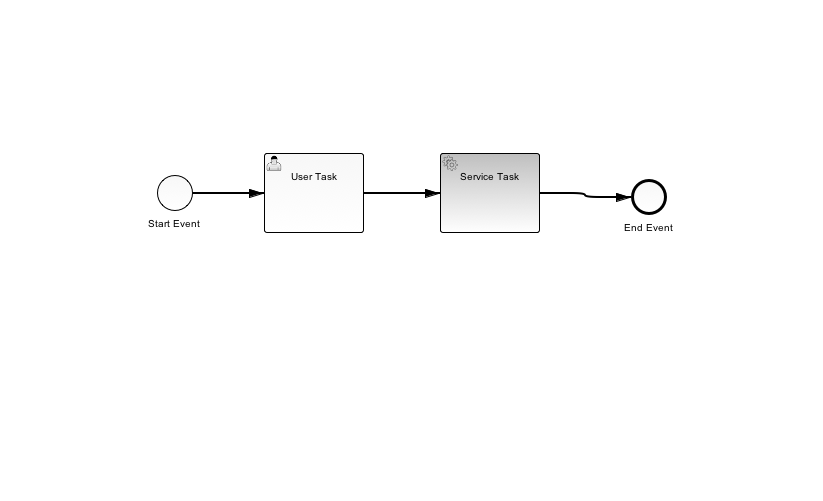
Before: src/main/resources/LoanApproval.png, a diagram exported from BPMN (raghupalakodety1/Camunda-BPM-Coffee-Example). Its source is kept beside it as src/main/resources/LoanApproval.bpmn. Ids are renumbered.
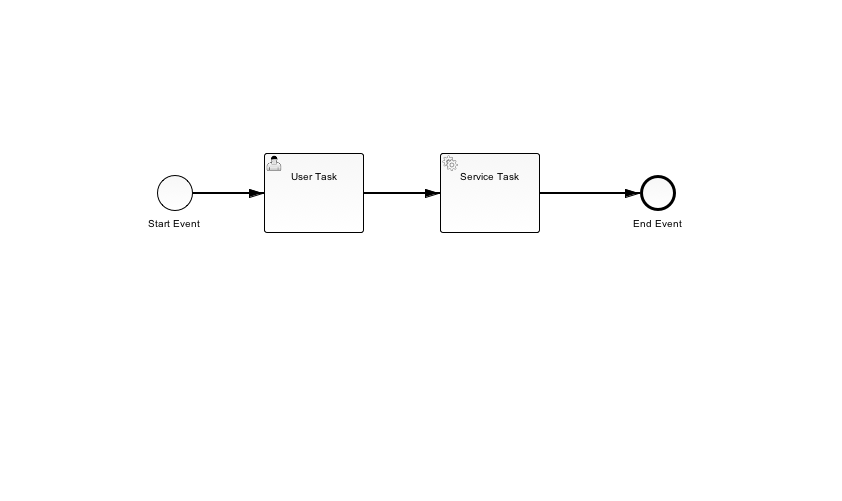
The same file after the commit.

What changed in the source:
```diff
@@ -3,9 +3,6 @@
     <bpmn2:startEvent id="StartEvent_1" activiti:formKey="embedded:app:forms/request-loan.html" name="Start Event">
       <bpmn2:outgoing>SequenceFlow_1</bpmn2:outgoing>
     </bpmn2:startEvent>
-    <bpmn2:endEvent id="EndEvent_1" name="End Event">
-      <bpmn2:incoming>SequenceFlow_3</bpmn2:incoming>
-    </bpmn2:endEvent>
     <bpmn2:userTask id="Approve" activiti:assignee="john" activiti:formKey="embedded:app:forms/approve-loan.html" name="User Task">
       <bpmn2:incoming>SequenceFlow_1</bpmn2:incoming>
       <bpmn2:outgoing>SequenceFlow_2</bpmn2:outgoing>
@@ -17,6 +14,9 @@
       <bpmn2:outgoing>SequenceFlow_3</bpmn2:outgoing>
     </bpmn2:serviceTask>
     <bpmn2:sequenceFlow id="SequenceFlow_3" name="" sourceRef="ServiceTask_1" targetRef="EndEvent_1"/>
+    <bpmn2:endEvent id="EndEvent_1" name="End Event">
+      <bpmn2:incoming>SequenceFlow_3</bpmn2:incoming>
+    </bpmn2:endEvent>
   </bpmn2:process>
   <bpmndi:BPMNDiagram id="BPMNDiagram_1" name="Loan Approval Process">
     <bpmndi:BPMNPlane id="BPMNPlane_1" bpmnElement="LoanApproval">
@@ -24,7 +24,10 @@
         <dc:Bounds height="36.0" width="36.0" x="157.0" y="175.0"/>
       </bpmndi:BPMNShape>
       <bpmndi:BPMNShape id="_BPMNShape_EndEvent_2" bpmnElement="EndEvent_1">
-        <dc:Bounds height="36.0" width="36.0" x="631.0" y="179.0"/>
+        <dc:Bounds height="36.0" width="36.0" x="640.0" y="175.0"/>
+        <bpmndi:BPMNLabel>
+          <dc:Bounds height="17.0" width="55.0" x="631.0" y="216.0"/>
+        </bpmndi:BPMNLabel>
       </bpmndi:BPMNShape>
       <bpmndi:BPMNShape id="_BPMNShape_UserTask_2" bpmnElement="Approve">
         <dc:Bounds height="80.0" width="100.0" x="264.0" y="153.0"/>
@@ -45,9 +48,10 @@
       </bpmndi:BPMNShape>
       <bpmndi:BPMNEdge id="BPMNEdge_SequenceFlow_3" bpmnElement="SequenceFlow_3" sourceElement="_BPMNShape_ServiceTask_2" targetElement="_BPMNShape_EndEvent_2">
         <di:waypoint xsi:type="dc:Point" x="540.0" y="193.0"/>
-        <di:waypoint xsi:type="dc:Point" x="585.0" y="193.0"/>
-        <di:waypoint xsi:type="dc:Point" x="585.0" y="197.0"/>
-        <di:waypoint xsi:type="dc:Point" x="631.0" y="197.0"/>
+        <di:waypoint xsi:type="dc:Point" x="640.0" y="193.0"/>
+        <bpmndi:BPMNLabel>
+          <dc:Bounds height="6.0" width="6.0" x="585.0" y="193.0"/>
+        </bpmndi:BPMNLabel>
       </bpmndi:BPMNEdge>
     </bpmndi:BPMNPlane>
   </bpmndi:BPMNDiagram>
```
